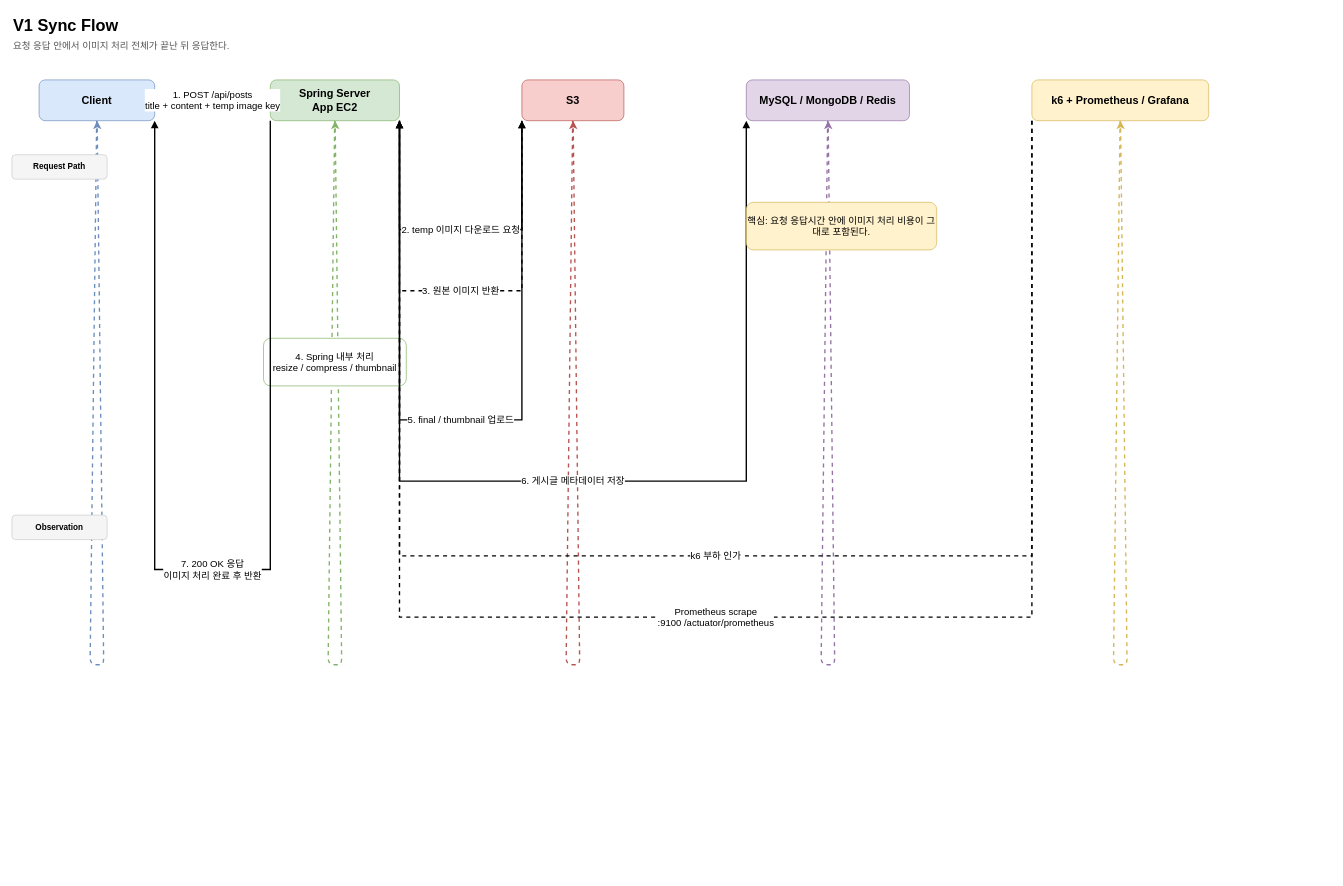
Before: docs/experiments/diagrams/v1-sync-current-architecture.drawio in 100-hours-a-week/3-logan-cho-community-BE, a draw.io diagram. Source tidied: cells renumbered, new cells numbered last; positions are measured from the earlier drawing's top-left corner, leaving out a move shared by most shapes. Both pictures are drawn from the tidied source at 68%, with x=0, y=0 at pixel (12, 12).
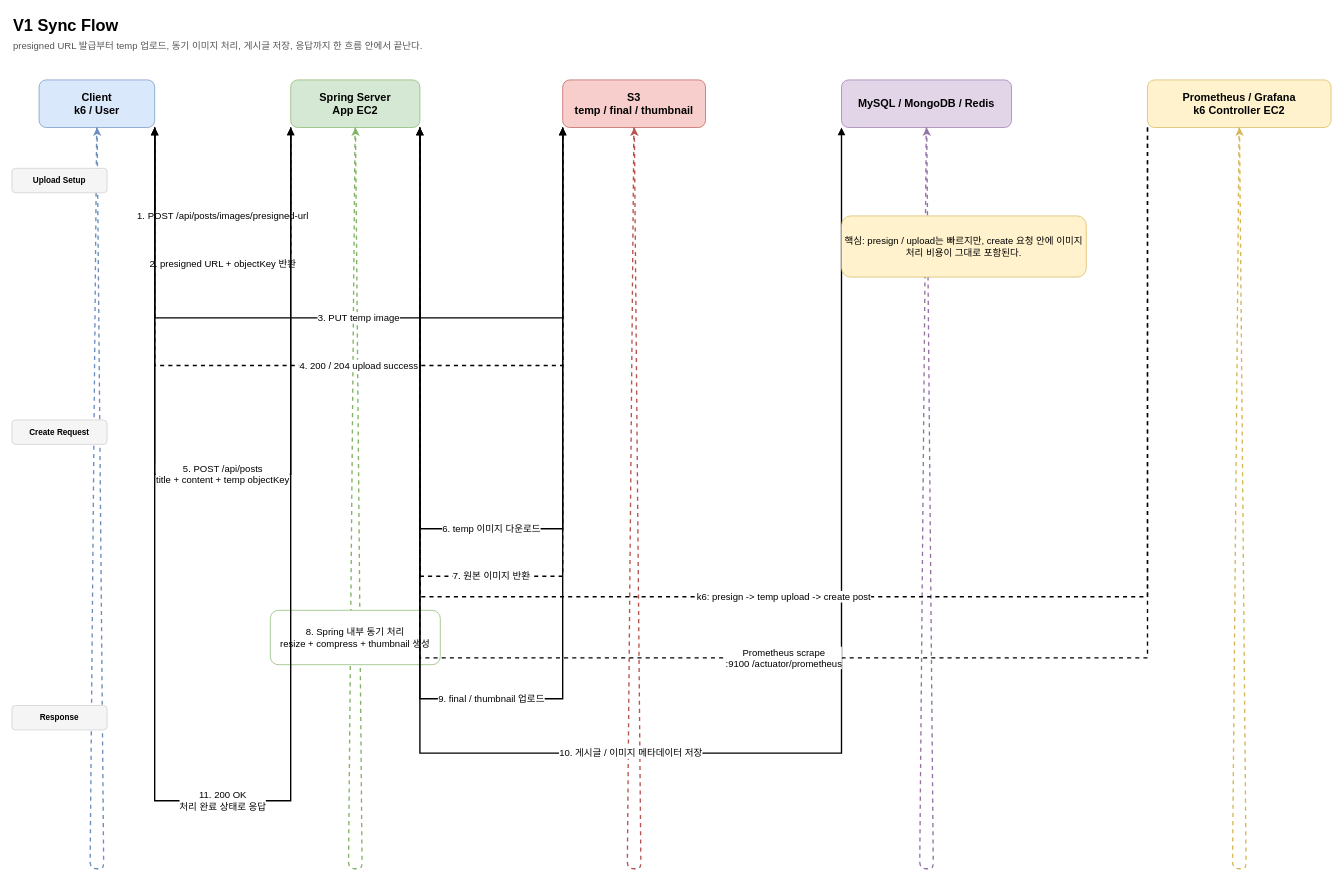
The same diagram, later.

What changed in the source:
```diff
@@
-    <mxCell id="3" value="요청 응답 안에서 이미지 처리 전체가 끝난 뒤 응답한다." style="text;html=1;strokeColor=none;fillColor=none;align=left;fontSize=14;fontColor=#555555;" parent="1" vertex="1">
-      <mxGeometry y="35" width="520" height="24" as="geometry" />
+    <mxCell id="3" value="presigned URL 발급부터 temp 업로드, 동기 이미지 처리, 게시글 저장, 응답까지 한 흐름 안에서 끝난다." style="text;html=1;strokeColor=none;fillColor=none;align=left;fontSize=14;fontColor=#555555;" parent="1" vertex="1">
+      <mxGeometry y="35" width="900" height="24" as="geometry" />
     </mxCell>
-    <mxCell id="4" value="Client" style="rounded=1;whiteSpace=wrap;html=1;fillColor=#dae8fc;strokeColor=#6c8ebf;fontStyle=1;fontSize=16;" parent="1" vertex="1">
-      <mxGeometry x="40" y="100" width="170" height="60" as="geometry" />
+    <mxCell id="4" value="Client&#10;k6 / User" style="rounded=1;whiteSpace=wrap;html=1;fillColor=#dae8fc;strokeColor=#6c8ebf;fontStyle=1;fontSize=16;" parent="1" vertex="1">
+      <mxGeometry x="40" y="100" width="170" height="70" as="geometry" />
     </mxCell>
     <mxCell id="5" value="Spring Server&#10;App EC2" style="rounded=1;whiteSpace=wrap;html=1;fillColor=#d5e8d4;strokeColor=#82b366;fontStyle=1;fontSize=16;" parent="1" vertex="1">
-      <mxGeometry x="380" y="100" width="190" height="60" as="geometry" />
+      <mxGeometry x="410" y="100" width="190" height="70" as="geometry" />
     </mxCell>
-    <mxCell id="6" value="S3" style="rounded=1;whiteSpace=wrap;html=1;fillColor=#f8cecc;strokeColor=#b85450;fontStyle=1;fontSize=16;" parent="1" vertex="1">
-      <mxGeometry x="750" y="100" width="150" height="60" as="geometry" />
+    <mxCell id="6" value="S3&#10;temp / final / thumbnail" style="rounded=1;whiteSpace=wrap;html=1;fillColor=#f8cecc;strokeColor=#b85450;fontStyle=1;fontSize=16;" parent="1" vertex="1">
+      <mxGeometry x="810" y="100" width="210" height="70" as="geometry" />
     </mxCell>
     <mxCell id="7" value="MySQL / MongoDB / Redis" style="rounded=1;whiteSpace=wrap;html=1;fillColor=#e1d5e7;strokeColor=#9673a6;fontStyle=1;fontSize=16;" parent="1" vertex="1">
-      <mxGeometry x="1080" y="100" width="240" height="60" as="geometry" />
+      <mxGeometry x="1220" y="100" width="250" height="70" as="geometry" />
     </mxCell>
-    <mxCell id="8" value="k6 + Prometheus / Grafana" style="rounded=1;whiteSpace=wrap;html=1;fillColor=#fff2cc;strokeColor=#d6b656;fontStyle=1;fontSize=16;" parent="1" vertex="1">
-      <mxGeometry x="1500" y="100" width="260" height="60" as="geometry" />
+    <mxCell id="8" value="Prometheus / Grafana&#10;k6 Controller EC2" style="rounded=1;whiteSpace=wrap;html=1;fillColor=#fff2cc;strokeColor=#d6b656;fontStyle=1;fontSize=16;" parent="1" vertex="1">
+      <mxGeometry x="1670" y="100" width="270" height="70" as="geometry" />
     </mxCell>
     <mxCell id="9" style="strokeColor=#6c8ebf;strokeWidth=2;dashed=1;" parent="1" edge="1" source="4" target="4">
       <mxGeometry relative="1" as="geometry">
         <Array as="points">
-          <mxPoint x="125" y="960" />
+          <mxPoint x="125" y="1260" />
         </Array>
       </mxGeometry>
     </mxCell>
     <mxCell id="10" style="strokeColor=#82b366;strokeWidth=2;dashed=1;" parent="1" edge="1" source="5" target="5">
       <mxGeometry relative="1" as="geometry">
         <Array as="points">
-          <mxPoint x="475" y="960" />
+          <mxPoint x="505" y="1260" />
         </Array>
       </mxGeometry>
     </mxCell>
     <mxCell id="11" style="strokeColor=#b85450;strokeWidth=2;dashed=1;" parent="1" edge="1" source="6" target="6">
       <mxGeometry relative="1" as="geometry">
         <Array as="points">
-          <mxPoint x="825" y="960" />
+          <mxPoint x="915" y="1260" />
         </Array>
       </mxGeometry>
     </mxCell>
     <mxCell id="12" style="strokeColor=#9673a6;strokeWidth=2;dashed=1;" parent="1" edge="1" source="7" target="7">
       <mxGeometry relative="1" as="geometry">
         <Array as="points">
-          <mxPoint x="1200" y="960" />
+          <mxPoint x="1345" y="1260" />
         </Array>
       </mxGeometry>
     </mxCell>
     <mxCell id="13" style="strokeColor=#d6b656;strokeWidth=2;dashed=1;" parent="1" edge="1" source="8" target="8">
       <mxGeometry relative="1" as="geometry">
         <Array as="points">
-          <mxPoint x="1630" y="960" />
+          <mxPoint x="1805" y="1260" />
         </Array>
       </mxGeometry>
     </mxCell>
-    <mxCell id="14" value="Request Path" style="rounded=1;whiteSpace=wrap;html=1;fillColor=#f5f5f5;strokeColor=#cccccc;fontStyle=1;" parent="1" vertex="1">
-      <mxGeometry y="210" width="140" height="36" as="geometry" />
-    </mxCell>
-    <mxCell id="15" value="Observation" style="rounded=1;whiteSpace=wrap;html=1;fillColor=#f5f5f5;strokeColor=#cccccc;fontStyle=1;" parent="1" vertex="1">
-      <mxGeometry y="740" width="140" height="36" as="geometry" />
-    </mxCell>
+    <mxCell id="26" value="Upload Setup" style="rounded=1;whiteSpace=wrap;html=1;fillColor=#f5f5f5;strokeColor=#cccccc;fontStyle=1;" parent="1" vertex="1">
+      <mxGeometry y="230" width="140" height="36" as="geometry" />
+    </mxCell>
+    <mxCell id="27" value="Create Request" style="rounded=1;whiteSpace=wrap;html=1;fillColor=#f5f5f5;strokeColor=#cccccc;fontStyle=1;" parent="1" vertex="1">
+      <mxGeometry y="600" width="140" height="36" as="geometry" />
+    </mxCell>
+    <mxCell id="28" value="Response" style="rounded=1;whiteSpace=wrap;html=1;fillColor=#f5f5f5;strokeColor=#cccccc;fontStyle=1;" parent="1" vertex="1">
+      <mxGeometry y="1020" width="140" height="36" as="geometry" />
+    </mxCell>
-    <mxCell id="16" value="1. POST /api/posts&#10;title + content + temp image key" style="edgeStyle=orthogonalEdgeStyle;rounded=0;html=1;strokeWidth=2;endArrow=block;fontSize=14;" parent="1" edge="1" source="4" target="5">
-      <mxGeometry relative="1" as="geometry" />
+    <mxCell id="16" value="1. POST /api/posts/images/presigned-url" style="edgeStyle=orthogonalEdgeStyle;rounded=0;html=1;strokeWidth=2;endArrow=block;fontSize=14;" parent="1" edge="1" source="4" target="5">
+      <mxGeometry relative="1" as="geometry">
+        <Array as="points">
+          <mxPoint x="210" y="300" />
+          <mxPoint x="410" y="300" />
+        </Array>
+      </mxGeometry>
     </mxCell>
-    <mxCell id="17" value="2. temp 이미지 다운로드 요청" style="edgeStyle=orthogonalEdgeStyle;rounded=0;html=1;strokeWidth=2;endArrow=block;fontSize=14;" parent="1" edge="1" source="5" target="6">
+    <mxCell id="17" value="2. presigned URL + objectKey 반환" style="edgeStyle=orthogonalEdgeStyle;rounded=0;html=1;strokeWidth=2;dashed=1;endArrow=block;fontSize=14;" parent="1" edge="1" source="5" target="4">
       <mxGeometry relative="1" as="geometry">
         <Array as="points">
-          <mxPoint x="570" y="320" />
-          <mxPoint x="750" y="320" />
+          <mxPoint x="410" y="370" />
+          <mxPoint x="210" y="370" />
         </Array>
       </mxGeometry>
     </mxCell>
-    <mxCell id="18" value="3. 원본 이미지 반환" style="edgeStyle=orthogonalEdgeStyle;rounded=0;html=1;strokeWidth=2;dashed=1;endArrow=block;fontSize=14;" parent="1" edge="1" source="6" target="5">
+    <mxCell id="18" value="3. PUT temp image" style="edgeStyle=orthogonalEdgeStyle;rounded=0;html=1;strokeWidth=2;endArrow=block;fontSize=14;" parent="1" edge="1" source="4" target="6">
       <mxGeometry relative="1" as="geometry">
         <Array as="points">
-          <mxPoint x="750" y="410" />
-          <mxPoint x="570" y="410" />
+          <mxPoint x="210" y="450" />
+          <mxPoint x="810" y="450" />
         </Array>
       </mxGeometry>
     </mxCell>
-    <mxCell id="19" value="4. Spring 내부 처리&#10;resize / compress / thumbnail" style="rounded=1;whiteSpace=wrap;html=1;fillColor=#ffffff;strokeColor=#82b366;fontSize=14;" parent="1" vertex="1">
-      <mxGeometry x="370" y="480" width="210" height="70" as="geometry" />
-    </mxCell>
-    <mxCell id="20" value="5. final / thumbnail 업로드" style="edgeStyle=orthogonalEdgeStyle;rounded=0;html=1;strokeWidth=2;endArrow=block;fontSize=14;" parent="1" edge="1" source="5" target="6">
+    <mxCell id="20" value="4. 200 / 204 upload success" style="edgeStyle=orthogonalEdgeStyle;rounded=0;html=1;strokeWidth=2;dashed=1;endArrow=block;fontSize=14;" parent="1" edge="1" source="6" target="4">
       <mxGeometry relative="1" as="geometry">
         <Array as="points">
-          <mxPoint x="570" y="600" />
-          <mxPoint x="750" y="600" />
+          <mxPoint x="810" y="520" />
+          <mxPoint x="210" y="520" />
         </Array>
       </mxGeometry>
     </mxCell>
-    <mxCell id="21" value="6. 게시글 메타데이터 저장" style="edgeStyle=orthogonalEdgeStyle;rounded=0;html=1;strokeWidth=2;endArrow=block;fontSize=14;" parent="1" edge="1" source="5" target="7">
+    <mxCell id="21" value="5. POST /api/posts&#10;title + content + temp objectKey" style="edgeStyle=orthogonalEdgeStyle;rounded=0;html=1;strokeWidth=2;endArrow=block;fontSize=14;" parent="1" edge="1" source="4" target="5">
       <mxGeometry relative="1" as="geometry">
         <Array as="points">
-          <mxPoint x="570" y="690" />
-          <mxPoint x="1080" y="690" />
+          <mxPoint x="210" y="680" />
+          <mxPoint x="410" y="680" />
         </Array>
       </mxGeometry>
     </mxCell>
-    <mxCell id="22" value="7. 200 OK 응답&#10;이미지 처리 완료 후 반환" style="edgeStyle=orthogonalEdgeStyle;rounded=0;html=1;strokeWidth=2;endArrow=block;fontSize=14;" parent="1" edge="1" source="5" target="4">
+    <mxCell id="22" value="6. temp 이미지 다운로드" style="edgeStyle=orthogonalEdgeStyle;rounded=0;html=1;strokeWidth=2;endArrow=block;fontSize=14;" parent="1" edge="1" source="5" target="6">
       <mxGeometry relative="1" as="geometry">
         <Array as="points">
-          <mxPoint x="380" y="820" />
-          <mxPoint x="210" y="820" />
+          <mxPoint x="600" y="760" />
+          <mxPoint x="810" y="760" />
         </Array>
       </mxGeometry>
     </mxCell>
+    <mxCell id="29" value="7. 원본 이미지 반환" style="edgeStyle=orthogonalEdgeStyle;rounded=0;html=1;strokeWidth=2;dashed=1;endArrow=block;fontSize=14;" parent="1" edge="1" source="6" target="5">
+      <mxGeometry relative="1" as="geometry">
+        <Array as="points">
+          <mxPoint x="810" y="830" />
+          <mxPoint x="600" y="830" />
+        </Array>
+      </mxGeometry>
+    </mxCell>
+    <mxCell id="19" value="8. Spring 내부 동기 처리&#10;resize + compress + thumbnail 생성" style="rounded=1;whiteSpace=wrap;html=1;fillColor=#ffffff;strokeColor=#82b366;fontSize=14;" parent="1" vertex="1">
+      <mxGeometry x="380" y="880" width="250" height="80" as="geometry" />
+    </mxCell>
+    <mxCell id="30" value="9. final / thumbnail 업로드" style="edgeStyle=orthogonalEdgeStyle;rounded=0;html=1;strokeWidth=2;endArrow=block;fontSize=14;" parent="1" edge="1" source="5" target="6">
+      <mxGeometry relative="1" as="geometry">
+        <Array as="points">
+          <mxPoint x="600" y="1010" />
+          <mxPoint x="810" y="1010" />
+        </Array>
+      </mxGeometry>
+    </mxCell>
+    <mxCell id="31" value="10. 게시글 / 이미지 메타데이터 저장" style="edgeStyle=orthogonalEdgeStyle;rounded=0;html=1;strokeWidth=2;endArrow=block;fontSize=14;" parent="1" edge="1" source="5" target="7">
+      <mxGeometry relative="1" as="geometry">
+        <Array as="points">
+          <mxPoint x="600" y="1090" />
+          <mxPoint x="1220" y="1090" />
+        </Array>
+      </mxGeometry>
+    </mxCell>
+    <mxCell id="32" value="11. 200 OK&#10;처리 완료 상태로 응답" style="edgeStyle=orthogonalEdgeStyle;rounded=0;html=1;strokeWidth=2;endArrow=block;fontSize=14;" parent="1" edge="1" source="5" target="4">
+      <mxGeometry relative="1" as="geometry">
+        <Array as="points">
+          <mxPoint x="410" y="1160" />
+          <mxPoint x="210" y="1160" />
+        </Array>
+      </mxGeometry>
+    </mxCell>
-    <mxCell id="23" value="k6 부하 인가" style="edgeStyle=orthogonalEdgeStyle;rounded=0;html=1;strokeWidth=2;dashed=1;endArrow=block;fontSize=14;" parent="1" edge="1" source="8" target="5">
+    <mxCell id="23" value="k6: presign -&gt; temp upload -&gt; create post" style="edgeStyle=orthogonalEdgeStyle;rounded=0;html=1;strokeWidth=2;dashed=1;endArrow=block;fontSize=14;" parent="1" edge="1" source="8" target="5">
       <mxGeometry relative="1" as="geometry">
         <Array as="points">
-          <mxPoint x="1500" y="800" />
-          <mxPoint x="570" y="800" />
+          <mxPoint x="1670" y="860" />
+          <mxPoint x="600" y="860" />
         </Array>
       </mxGeometry>
     </mxCell>
     <mxCell id="24" value="Prometheus scrape&#10;:9100 /actuator/prometheus" style="edgeStyle=orthogonalEdgeStyle;rounded=0;html=1;strokeWidth=2;dashed=1;endArrow=block;fontSize=14;" parent="1" edge="1" source="8" target="5">
       <mxGeometry relative="1" as="geometry">
         <Array as="points">
-          <mxPoint x="1500" y="890" />
-          <mxPoint x="570" y="890" />
+          <mxPoint x="1670" y="950" />
+          <mxPoint x="600" y="950" />
         </Array>
       </mxGeometry>
     </mxCell>
-    <mxCell id="25" value="핵심: 요청 응답시간 안에 이미지 처리 비용이 그대로 포함된다." style="rounded=1;whiteSpace=wrap;html=1;fillColor=#fff2cc;strokeColor=#d6b656;fontSize=14;" parent="1" vertex="1">
-      <mxGeometry x="1080" y="280" width="280" height="70" as="geometry" />
+    <mxCell id="25" value="핵심: presign / upload는 빠르지만, create 요청 안에 이미지 처리 비용이 그대로 포함된다." style="rounded=1;whiteSpace=wrap;html=1;fillColor=#fff2cc;strokeColor=#d6b656;fontSize=14;" parent="1" vertex="1">
+      <mxGeometry x="1220" y="300" width="360" height="90" as="geometry" />
     </mxCell>
```
